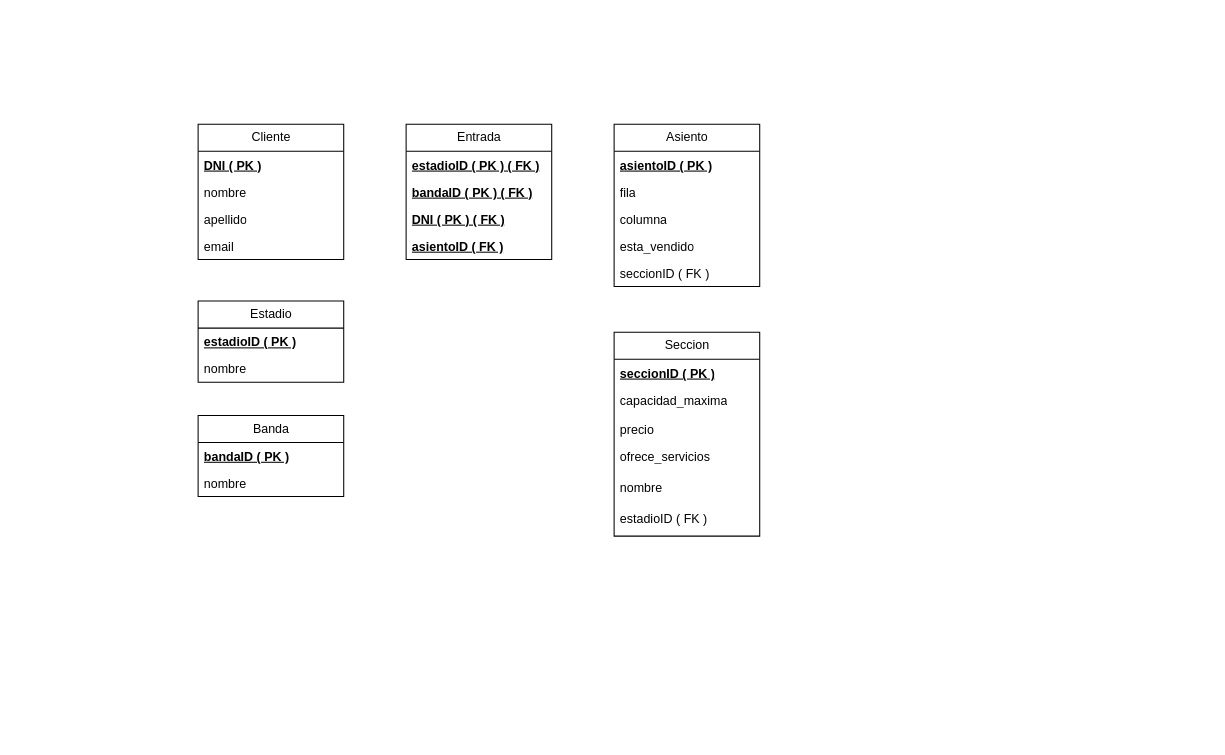
Before: diagrama.drawio in Oriana10/sql-project, a draw.io diagram. Source tidied: cells renumbered, new cells numbered last; positions are measured from the earlier drawing's top-left corner, leaving out a move shared by most shapes. Both pictures are drawn from the tidied source at 104%, with x=0, y=0 at pixel (198, 124).
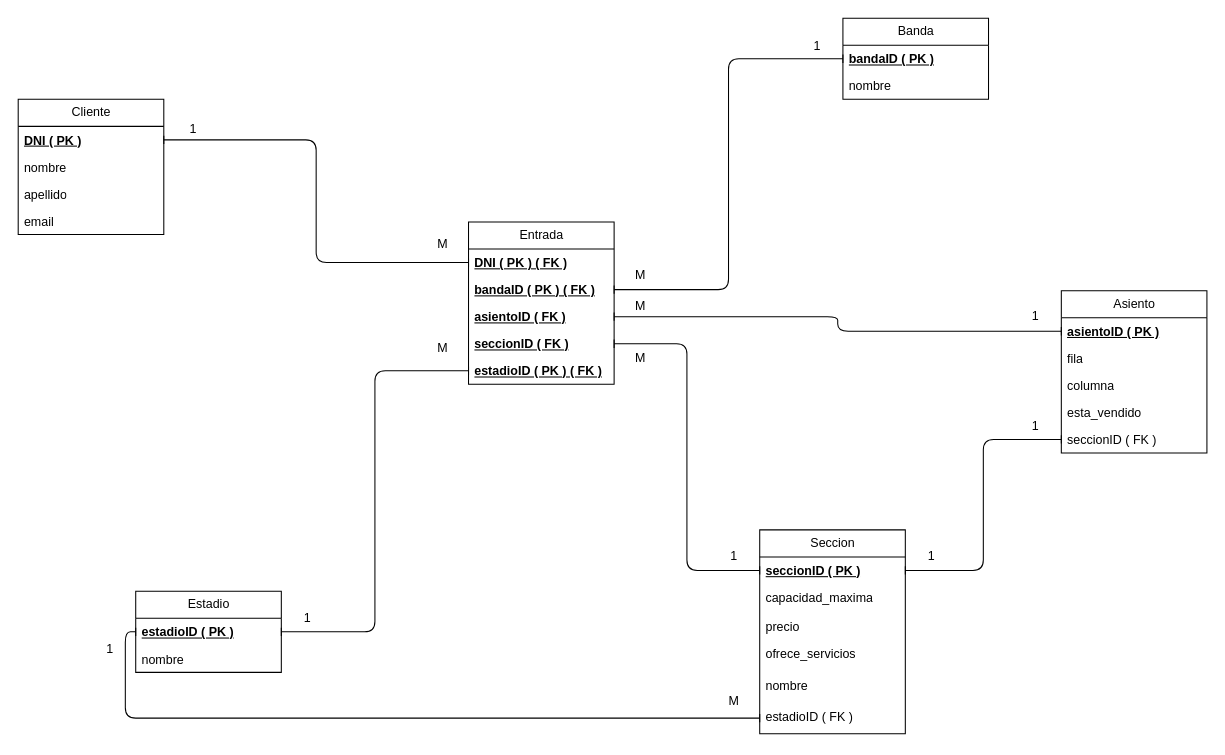
The same page after the edit.

Commit message (it also covers changes not shown here):
Add uml diagram and create tables in database

Unchanged cells that the change refers to:
```xml
<mxCell id="3" value="&lt;b&gt;&lt;u&gt;DNI ( PK )&lt;/u&gt;&lt;/b&gt;" style="text;strokeColor=none;fillColor=none;align=left;verticalAlign=top;spacingLeft=4;spacingRight=4;overflow=hidden;points=[[0,0.5],[1,0.5]];portConstraint=eastwest;whiteSpace=wrap;html=1;" parent="2" vertex="1">
  <mxGeometry y="26" width="140" height="26" as="geometry" />
</mxCell>
<mxCell id="13" value="&lt;b&gt;&lt;u&gt;estadioID ( PK )&lt;/u&gt;&lt;/b&gt;" style="text;strokeColor=none;fillColor=none;align=left;verticalAlign=top;spacingLeft=4;spacingRight=4;overflow=hidden;points=[[0,0.5],[1,0.5]];portConstraint=eastwest;whiteSpace=wrap;html=1;" parent="12" vertex="1">
  <mxGeometry y="26" width="140" height="26" as="geometry" />
</mxCell>
<mxCell id="16" value="&lt;b&gt;&lt;u&gt;bandaID ( PK )&lt;/u&gt;&lt;/b&gt;" style="text;strokeColor=none;fillColor=none;align=left;verticalAlign=top;spacingLeft=4;spacingRight=4;overflow=hidden;points=[[0,0.5],[1,0.5]];portConstraint=eastwest;whiteSpace=wrap;html=1;" parent="15" vertex="1">
  <mxGeometry y="26" width="140" height="26" as="geometry" />
</mxCell>
<mxCell id="19" value="&lt;b&gt;&lt;u&gt;seccionID ( PK )&lt;/u&gt;&lt;/b&gt;" style="text;strokeColor=none;fillColor=none;align=left;verticalAlign=top;spacingLeft=4;spacingRight=4;overflow=hidden;points=[[0,0.5],[1,0.5]];portConstraint=eastwest;whiteSpace=wrap;html=1;" parent="18" vertex="1">
  <mxGeometry y="26" width="140" height="26" as="geometry" />
</mxCell>
<mxCell id="24" value="estadioID ( FK )" style="text;strokeColor=none;fillColor=none;align=left;verticalAlign=top;spacingLeft=4;spacingRight=4;overflow=hidden;points=[[0,0.5],[1,0.5]];portConstraint=eastwest;whiteSpace=wrap;html=1;" parent="18" vertex="1">
  <mxGeometry y="166" width="140" height="30" as="geometry" />
</mxCell>
<mxCell id="26" value="&lt;b&gt;&lt;u&gt;asientoID ( PK )&lt;/u&gt;&lt;/b&gt;" style="text;strokeColor=none;fillColor=none;align=left;verticalAlign=top;spacingLeft=4;spacingRight=4;overflow=hidden;points=[[0,0.5],[1,0.5]];portConstraint=eastwest;whiteSpace=wrap;html=1;" parent="25" vertex="1">
  <mxGeometry y="26" width="140" height="26" as="geometry" />
</mxCell>
<mxCell id="30" value="seccionID ( FK )" style="text;strokeColor=none;fillColor=none;align=left;verticalAlign=top;spacingLeft=4;spacingRight=4;overflow=hidden;points=[[0,0.5],[1,0.5]];portConstraint=eastwest;whiteSpace=wrap;html=1;" parent="25" vertex="1">
  <mxGeometry y="130" width="140" height="26" as="geometry" />
</mxCell>
```

What changed in the source:
```diff
@@
     <mxCell id="2" value="Cliente" style="swimlane;fontStyle=0;horizontal=1;startSize=26;fillColor=none;html=1;" parent="1" vertex="1">
-      <mxGeometry width="140" height="130" as="geometry" />
+      <mxGeometry x="-173" y="-24" width="140" height="130" as="geometry" />
     </mxCell>
@@
     <mxCell id="7" value="Entrada" style="swimlane;fontStyle=0;horizontal=1;startSize=26;fillColor=none;html=1;" parent="1" vertex="1">
-      <mxGeometry x="200" width="140" height="130" as="geometry" />
+      <mxGeometry x="260" y="94" width="140" height="156" as="geometry" />
     </mxCell>
+    <mxCell id="10" value="&lt;b&gt;&lt;u&gt;DNI ( PK ) ( FK )&lt;/u&gt;&lt;/b&gt;" style="text;strokeColor=none;fillColor=none;align=left;verticalAlign=top;spacingLeft=4;spacingRight=4;overflow=hidden;points=[[0,0.5],[1,0.5]];portConstraint=eastwest;whiteSpace=wrap;html=1;" parent="7" vertex="1">
+      <mxGeometry y="26" width="140" height="26" as="geometry" />
+    </mxCell>
+    <mxCell id="9" value="&lt;u&gt;&lt;b&gt;bandaID ( PK ) ( FK )&lt;/b&gt;&lt;/u&gt;" style="text;strokeColor=none;fillColor=none;align=left;verticalAlign=top;spacingLeft=4;spacingRight=4;overflow=hidden;points=[[0,0.5],[1,0.5]];portConstraint=eastwest;whiteSpace=wrap;html=1;" parent="7" vertex="1">
+      <mxGeometry y="52" width="140" height="26" as="geometry" />
+    </mxCell>
+    <mxCell id="11" value="&lt;b&gt;&lt;u&gt;asientoID ( FK )&lt;/u&gt;&lt;/b&gt;" style="text;strokeColor=none;fillColor=none;align=left;verticalAlign=top;spacingLeft=4;spacingRight=4;overflow=hidden;points=[[0,0.5],[1,0.5]];portConstraint=eastwest;whiteSpace=wrap;html=1;" parent="7" vertex="1">
+      <mxGeometry y="78" width="140" height="26" as="geometry" />
+    </mxCell>
+    <mxCell id="31" value="&lt;b&gt;&lt;u&gt;seccionID ( FK )&lt;/u&gt;&lt;/b&gt;" style="text;strokeColor=none;fillColor=none;align=left;verticalAlign=top;spacingLeft=4;spacingRight=4;overflow=hidden;points=[[0,0.5],[1,0.5]];portConstraint=eastwest;whiteSpace=wrap;html=1;" parent="7" vertex="1">
+      <mxGeometry y="104" width="140" height="26" as="geometry" />
+    </mxCell>
     <mxCell id="8" value="&lt;u&gt;&lt;b&gt;estadioID&amp;nbsp;( PK ) ( FK )&lt;/b&gt;&lt;/u&gt;" style="text;strokeColor=none;fillColor=none;align=left;verticalAlign=top;spacingLeft=4;spacingRight=4;overflow=hidden;points=[[0,0.5],[1,0.5]];portConstraint=eastwest;whiteSpace=wrap;html=1;" parent="7" vertex="1">
-      <mxGeometry y="26" width="140" height="26" as="geometry" />
+      <mxGeometry y="130" width="140" height="26" as="geometry" />
     </mxCell>
-    <mxCell id="9" value="&lt;u&gt;&lt;b&gt;bandaID ( PK ) ( FK )&lt;/b&gt;&lt;/u&gt;" style="text;strokeColor=none;fillColor=none;align=left;verticalAlign=top;spacingLeft=4;spacingRight=4;overflow=hidden;points=[[0,0.5],[1,0.5]];portConstraint=eastwest;whiteSpace=wrap;html=1;" parent="7" vertex="1">
-      <mxGeometry y="52" width="140" height="26" as="geometry" />
-    </mxCell>
-    <mxCell id="10" value="&lt;b&gt;&lt;u&gt;DNI ( PK ) ( FK )&lt;/u&gt;&lt;/b&gt;" style="text;strokeColor=none;fillColor=none;align=left;verticalAlign=top;spacingLeft=4;spacingRight=4;overflow=hidden;points=[[0,0.5],[1,0.5]];portConstraint=eastwest;whiteSpace=wrap;html=1;" parent="7" vertex="1">
-      <mxGeometry y="78" width="140" height="26" as="geometry" />
-    </mxCell>
-    <mxCell id="11" value="&lt;b&gt;&lt;u&gt;asientoID ( FK )&lt;/u&gt;&lt;/b&gt;" style="text;strokeColor=none;fillColor=none;align=left;verticalAlign=top;spacingLeft=4;spacingRight=4;overflow=hidden;points=[[0,0.5],[1,0.5]];portConstraint=eastwest;whiteSpace=wrap;html=1;" parent="7" vertex="1">
-      <mxGeometry y="104" width="140" height="26" as="geometry" />
-    </mxCell>
     <mxCell id="12" value="Estadio" style="swimlane;fontStyle=0;horizontal=1;startSize=26;fillColor=none;html=1;" parent="1" vertex="1">
-      <mxGeometry y="170" width="140" height="78" as="geometry" />
+      <mxGeometry x="-60" y="449" width="140" height="78" as="geometry" />
     </mxCell>
@@
     <mxCell id="15" value="Banda" style="swimlane;fontStyle=0;horizontal=1;startSize=26;fillColor=none;html=1;" parent="1" vertex="1">
-      <mxGeometry y="280" width="140" height="78" as="geometry" />
+      <mxGeometry x="620" y="-102" width="140" height="78" as="geometry" />
     </mxCell>
@@
     <mxCell id="18" value="Seccion" style="swimlane;fontStyle=0;horizontal=1;startSize=26;fillColor=none;html=1;" parent="1" vertex="1">
-      <mxGeometry x="400" y="200" width="140" height="196" as="geometry" />
+      <mxGeometry x="540" y="390" width="140" height="196" as="geometry" />
     </mxCell>
@@
     <mxCell id="25" value="Asiento" style="swimlane;fontStyle=0;horizontal=1;startSize=26;fillColor=none;html=1;" parent="1" vertex="1">
-      <mxGeometry x="400" width="140" height="156" as="geometry" />
+      <mxGeometry x="830" y="160" width="140" height="156" as="geometry" />
     </mxCell>
@@
+    <mxCell id="32" value="1" style="text;html=1;align=center;verticalAlign=middle;strokeColor=none;fillColor=none;" parent="1" vertex="1">
+      <mxGeometry x="90" y="460" width="30" height="30" as="geometry" />
+    </mxCell>
+    <mxCell id="33" value="M" style="text;html=1;align=center;verticalAlign=middle;strokeColor=none;fillColor=none;" parent="1" vertex="1">
+      <mxGeometry x="220" y="200" width="30" height="30" as="geometry" />
+    </mxCell>
+    <mxCell id="34" style="edgeStyle=orthogonalEdgeStyle;html=1;startArrow=baseDash;startFill=0;endArrow=baseDash;endFill=0;" parent="1" edge="1" source="9" target="16">
+      <mxGeometry relative="1" as="geometry" />
+    </mxCell>
+    <mxCell id="35" value="M" style="text;html=1;align=center;verticalAlign=middle;strokeColor=none;fillColor=none;" parent="1" vertex="1">
+      <mxGeometry x="410" y="130" width="30" height="30" as="geometry" />
+    </mxCell>
+    <mxCell id="36" value="1" style="text;html=1;align=center;verticalAlign=middle;strokeColor=none;fillColor=none;" parent="1" vertex="1">
+      <mxGeometry x="580" y="-90" width="30" height="30" as="geometry" />
+    </mxCell>
+    <mxCell id="37" style="edgeStyle=orthogonalEdgeStyle;html=1;startArrow=baseDash;startFill=0;endArrow=baseDash;endFill=0;" parent="1" edge="1" source="13" target="8">
+      <mxGeometry relative="1" as="geometry" />
+    </mxCell>
+    <mxCell id="38" style="edgeStyle=orthogonalEdgeStyle;html=1;startArrow=baseDash;startFill=0;endArrow=baseDash;endFill=0;" parent="1" edge="1" source="3" target="10">
+      <mxGeometry relative="1" as="geometry" />
+    </mxCell>
+    <mxCell id="39" value="M" style="text;html=1;align=center;verticalAlign=middle;strokeColor=none;fillColor=none;" parent="1" vertex="1">
+      <mxGeometry x="220" y="100" width="30" height="30" as="geometry" />
+    </mxCell>
+    <mxCell id="40" value="1" style="text;html=1;align=center;verticalAlign=middle;strokeColor=none;fillColor=none;" parent="1" vertex="1">
+      <mxGeometry x="-20" y="-10" width="30" height="30" as="geometry" />
+    </mxCell>
+    <mxCell id="41" style="edgeStyle=orthogonalEdgeStyle;html=1;startArrow=baseDash;startFill=0;endArrow=baseDash;endFill=0;" parent="1" edge="1" source="26" target="11">
+      <mxGeometry relative="1" as="geometry" />
+    </mxCell>
+    <mxCell id="42" value="M" style="text;html=1;align=center;verticalAlign=middle;strokeColor=none;fillColor=none;" parent="1" vertex="1">
+      <mxGeometry x="410" y="160" width="30" height="30" as="geometry" />
+    </mxCell>
+    <mxCell id="43" value="1" style="text;html=1;align=center;verticalAlign=middle;strokeColor=none;fillColor=none;" parent="1" vertex="1">
+      <mxGeometry x="790" y="170" width="30" height="30" as="geometry" />
+    </mxCell>
+    <mxCell id="44" style="edgeStyle=orthogonalEdgeStyle;html=1;startArrow=baseDash;startFill=0;endArrow=baseDash;endFill=0;" parent="1" edge="1" source="31" target="19">
+      <mxGeometry relative="1" as="geometry" />
+    </mxCell>
+    <mxCell id="45" value="M" style="text;html=1;align=center;verticalAlign=middle;strokeColor=none;fillColor=none;" parent="1" vertex="1">
+      <mxGeometry x="410" y="210" width="30" height="30" as="geometry" />
+    </mxCell>
+    <mxCell id="46" value="1" style="text;html=1;align=center;verticalAlign=middle;strokeColor=none;fillColor=none;" parent="1" vertex="1">
+      <mxGeometry x="500" y="400" width="30" height="30" as="geometry" />
+    </mxCell>
+    <mxCell id="47" style="edgeStyle=orthogonalEdgeStyle;html=1;startArrow=baseDash;startFill=0;endArrow=baseDash;endFill=0;" parent="1" edge="1" source="30" target="19">
+      <mxGeometry relative="1" as="geometry" />
+    </mxCell>
+    <mxCell id="48" value="1" style="text;html=1;align=center;verticalAlign=middle;strokeColor=none;fillColor=none;" parent="1" vertex="1">
+      <mxGeometry x="790" y="275" width="30" height="30" as="geometry" />
+    </mxCell>
+    <mxCell id="49" value="1" style="text;html=1;align=center;verticalAlign=middle;strokeColor=none;fillColor=none;" parent="1" vertex="1">
+      <mxGeometry x="690" y="400" width="30" height="30" as="geometry" />
+    </mxCell>
+    <mxCell id="50" style="edgeStyle=orthogonalEdgeStyle;html=1;entryX=0;entryY=0.5;entryDx=0;entryDy=0;startArrow=baseDash;startFill=0;endArrow=baseDash;endFill=0;" parent="1" edge="1" source="24" target="13">
+      <mxGeometry relative="1" as="geometry" />
+    </mxCell>
+    <mxCell id="51" value="1" style="text;html=1;align=center;verticalAlign=middle;strokeColor=none;fillColor=none;" parent="1" vertex="1">
+      <mxGeometry x="-100" y="490" width="30" height="30" as="geometry" />
+    </mxCell>
+    <mxCell id="52" value="M" style="text;html=1;align=center;verticalAlign=middle;strokeColor=none;fillColor=none;" parent="1" vertex="1">
+      <mxGeometry x="500" y="540" width="30" height="30" as="geometry" />
+    </mxCell>
```
